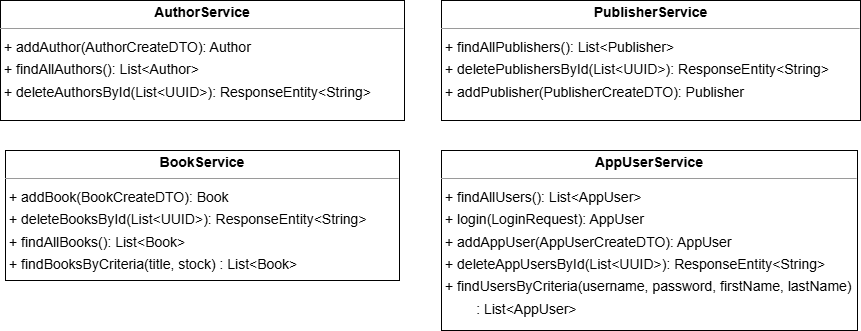
This is pics/services_diagram.drawio.png from l7aur/Library-Management-System, a draw.io export, as it was before one commit. Source tidied: cells renumbered, new cells last; positions are measured from the earlier drawing's top-left corner, leaving out a move shared by most shapes.
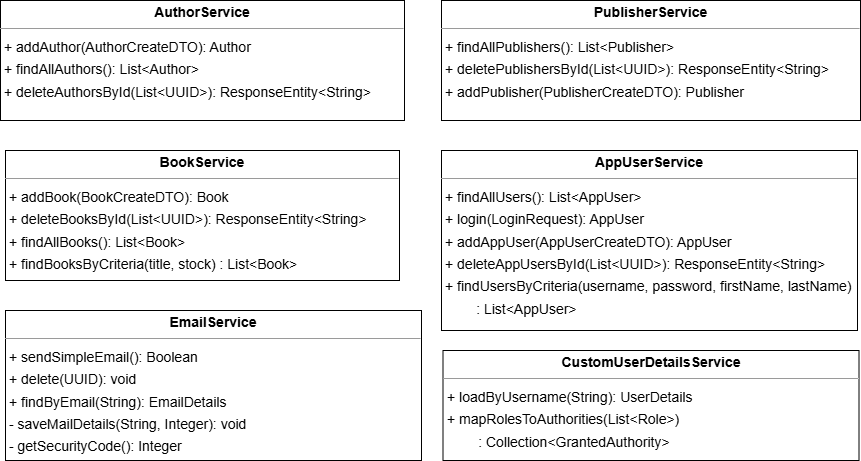
After the commit.

The edit, as a diff of the source:
```diff
@@ -14,5 +14,11 @@
     <mxCell id="5" value="&lt;p style=&quot;margin:0px;margin-top:4px;text-align:center;&quot;&gt;&lt;b&gt;PublisherService&lt;/b&gt;&lt;/p&gt;&lt;hr size=&quot;1&quot;/&gt;&lt;p style=&quot;margin:0 0 0 4px;line-height:1.6;&quot;&gt;+ findAllPublishers(): List&amp;lt;Publisher&amp;gt;&lt;br/&gt;+ deletePublishersById(List&amp;lt;UUID&amp;gt;): ResponseEntity&amp;lt;String&amp;gt;&lt;br/&gt;+ addPublisher(PublisherCreateDTO): Publisher&lt;/p&gt;" style="verticalAlign=top;align=left;overflow=fill;fontSize=14;fontFamily=Helvetica;html=1;rounded=0;shadow=0;comic=0;labelBackgroundColor=none;strokeWidth=1;" parent="1" vertex="1">
       <mxGeometry x="441" width="419" height="120" as="geometry" />
     </mxCell>
+    <mxCell id="6" value="&lt;p style=&quot;margin:0px;margin-top:4px;text-align:center;&quot;&gt;&lt;b&gt;EmailService&lt;/b&gt;&lt;/p&gt;&lt;hr size=&quot;1&quot;&gt;&lt;p style=&quot;margin:0 0 0 4px;line-height:1.6;&quot;&gt;+ sendSimpleEmail(): Boolean&lt;br&gt;+ delete(UUID): void&lt;br&gt;+ findByEmail(String): EmailDetails&lt;br&gt;- saveMailDetails(String, Integer): void&lt;/p&gt;&lt;p style=&quot;margin:0 0 0 4px;line-height:1.6;&quot;&gt;- getSecurityCode()&lt;span style=&quot;background-color: transparent; color: light-dark(rgb(0, 0, 0), rgb(255, 255, 255));&quot;&gt;: Integer&lt;/span&gt;&lt;/p&gt;" style="verticalAlign=top;align=left;overflow=fill;fontSize=14;fontFamily=Helvetica;html=1;rounded=0;shadow=0;comic=0;labelBackgroundColor=none;strokeWidth=1;" parent="1" vertex="1">
+      <mxGeometry x="5" y="310" width="416" height="150" as="geometry" />
+    </mxCell>
+    <mxCell id="7" value="&lt;p style=&quot;margin:0px;margin-top:4px;text-align:center;&quot;&gt;&lt;b&gt;CustomUserDetailsService&lt;/b&gt;&lt;/p&gt;&lt;hr size=&quot;1&quot;&gt;&lt;p style=&quot;margin:0 0 0 4px;line-height:1.6;&quot;&gt;+ loadByUsername(String): UserDetails&lt;/p&gt;&lt;p style=&quot;margin:0 0 0 4px;line-height:1.6;&quot;&gt;+ mapRolesToAuthorities(List&amp;lt;Role&amp;gt;)&lt;/p&gt;&lt;p style=&quot;margin:0 0 0 4px;line-height:1.6;&quot;&gt;&lt;span style=&quot;white-space: pre;&quot;&gt;&#9;&lt;/span&gt;: Collection&amp;lt;GrantedAuthority&amp;gt;&lt;/p&gt;" style="verticalAlign=top;align=left;overflow=fill;fontSize=14;fontFamily=Helvetica;html=1;rounded=0;shadow=0;comic=0;labelBackgroundColor=none;strokeWidth=1;" parent="1" vertex="1">
+      <mxGeometry x="442.5" y="350" width="416" height="110" as="geometry" />
+    </mxCell>
   </root>
 </mxGraphModel>
```
